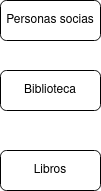
Before: Unidad-1/Tareas/Tarea-6/Ejercicio7.drawio.png, a diagram exported from draw.io (LuisMGlez/base-datos). Source tidied: cells renumbered, new cells last; positions are measured from the earlier drawing's top-left corner, leaving out a move shared by most shapes.
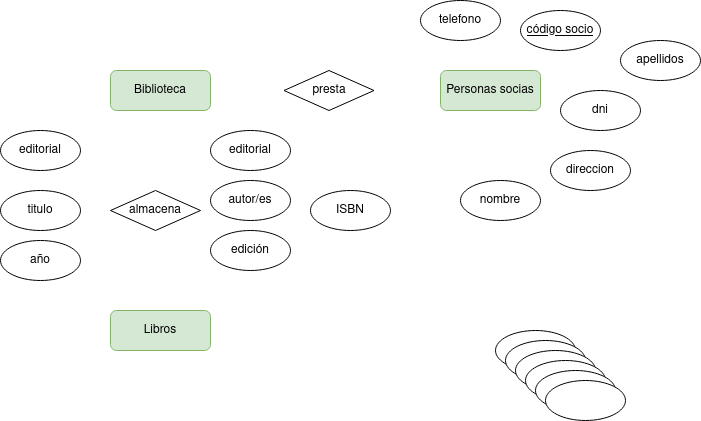
After the change.

What changed in the source:
```diff
@@ -2,14 +2,77 @@
   <root>
     <mxCell id="0" />
     <mxCell id="1" parent="0" />
-    <mxCell id="2" value="Personas socias" style="rounded=1;whiteSpace=wrap;html=1;" parent="1" vertex="1">
-      <mxGeometry width="100" height="40" as="geometry" />
+    <mxCell id="2" value="Personas socias" style="rounded=1;whiteSpace=wrap;html=1;fillColor=#d5e8d4;strokeColor=#82b366;" parent="1" vertex="1">
+      <mxGeometry x="450" y="70" width="100" height="40" as="geometry" />
     </mxCell>
-    <mxCell id="3" value="Libros" style="rounded=1;whiteSpace=wrap;html=1;" parent="1" vertex="1">
-      <mxGeometry y="150" width="100" height="40" as="geometry" />
+    <mxCell id="3" value="Libros" style="rounded=1;whiteSpace=wrap;html=1;fillColor=#d5e8d4;strokeColor=#82b366;" parent="1" vertex="1">
+      <mxGeometry x="120" y="310" width="100" height="40" as="geometry" />
     </mxCell>
-    <mxCell id="4" value="Biblioteca" style="rounded=1;whiteSpace=wrap;html=1;" parent="1" vertex="1">
-      <mxGeometry y="70" width="100" height="40" as="geometry" />
+    <mxCell id="4" value="Biblioteca" style="rounded=1;whiteSpace=wrap;html=1;fillColor=#d5e8d4;strokeColor=#82b366;" parent="1" vertex="1">
+      <mxGeometry x="120" y="70" width="100" height="40" as="geometry" />
     </mxCell>
+    <mxCell id="5" value="presta" style="rhombus;whiteSpace=wrap;html=1;" parent="1" vertex="1">
+      <mxGeometry x="293.5" y="70" width="90" height="40" as="geometry" />
+    </mxCell>
+    <mxCell id="6" value="almacena" style="rhombus;whiteSpace=wrap;html=1;" parent="1" vertex="1">
+      <mxGeometry x="120" y="190" width="90" height="40" as="geometry" />
+    </mxCell>
+    <mxCell id="7" style="ellipse;whiteSpace=wrap;html=1;" parent="1" vertex="1">
+      <mxGeometry x="505" y="330" width="80" height="40" as="geometry" />
+    </mxCell>
+    <mxCell id="8" value="editorial" style="ellipse;whiteSpace=wrap;html=1;" parent="1" vertex="1">
+      <mxGeometry x="220" y="130" width="80" height="40" as="geometry" />
+    </mxCell>
+    <mxCell id="9" value="apellidos" style="ellipse;whiteSpace=wrap;html=1;" parent="1" vertex="1">
+      <mxGeometry x="630" y="40" width="80" height="40" as="geometry" />
+    </mxCell>
+    <mxCell id="10" value="nombre" style="ellipse;whiteSpace=wrap;html=1;" parent="1" vertex="1">
+      <mxGeometry x="470" y="180" width="80" height="40" as="geometry" />
+    </mxCell>
+    <mxCell id="11" value="telefono" style="ellipse;whiteSpace=wrap;html=1;" parent="1" vertex="1">
+      <mxGeometry x="430" width="80" height="40" as="geometry" />
+    </mxCell>
+    <mxCell id="12" value="direccion" style="ellipse;whiteSpace=wrap;html=1;" parent="1" vertex="1">
+      <mxGeometry x="560" y="150" width="80" height="40" as="geometry" />
+    </mxCell>
+    <mxCell id="13" value="dni" style="ellipse;whiteSpace=wrap;html=1;" parent="1" vertex="1">
+      <mxGeometry x="570" y="90" width="80" height="40" as="geometry" />
+    </mxCell>
+    <mxCell id="14" value="&lt;u&gt;código socio&lt;br&gt;&lt;/u&gt;" style="ellipse;whiteSpace=wrap;html=1;" parent="1" vertex="1">
+      <mxGeometry x="530" y="10" width="80" height="40" as="geometry" />
+    </mxCell>
+    <mxCell id="15" value="edición" style="ellipse;whiteSpace=wrap;html=1;" parent="1" vertex="1">
+      <mxGeometry x="220" y="230" width="80" height="40" as="geometry" />
+    </mxCell>
+    <mxCell id="16" value="autor/es" style="ellipse;whiteSpace=wrap;html=1;" parent="1" vertex="1">
+      <mxGeometry x="220" y="180" width="80" height="40" as="geometry" />
+    </mxCell>
+    <mxCell id="17" value="año" style="ellipse;whiteSpace=wrap;html=1;" parent="1" vertex="1">
+      <mxGeometry x="10" y="240" width="80" height="40" as="geometry" />
+    </mxCell>
+    <mxCell id="18" value="editorial" style="ellipse;whiteSpace=wrap;html=1;" parent="1" vertex="1">
+      <mxGeometry x="10" y="130" width="80" height="40" as="geometry" />
+    </mxCell>
+    <mxCell id="19" value="titulo" style="ellipse;whiteSpace=wrap;html=1;" parent="1" vertex="1">
+      <mxGeometry x="10" y="190" width="80" height="40" as="geometry" />
+    </mxCell>
+    <mxCell id="20" style="ellipse;whiteSpace=wrap;html=1;" parent="1" vertex="1">
+      <mxGeometry x="515" y="340" width="80" height="40" as="geometry" />
+    </mxCell>
+    <mxCell id="21" style="ellipse;whiteSpace=wrap;html=1;" parent="1" vertex="1">
+      <mxGeometry x="525" y="350" width="80" height="40" as="geometry" />
+    </mxCell>
+    <mxCell id="22" style="ellipse;whiteSpace=wrap;html=1;" parent="1" vertex="1">
+      <mxGeometry x="535" y="360" width="80" height="40" as="geometry" />
+    </mxCell>
+    <mxCell id="23" style="ellipse;whiteSpace=wrap;html=1;" parent="1" vertex="1">
+      <mxGeometry x="545" y="370" width="80" height="40" as="geometry" />
+    </mxCell>
+    <mxCell id="24" style="ellipse;whiteSpace=wrap;html=1;" parent="1" vertex="1">
+      <mxGeometry x="555" y="380" width="80" height="40" as="geometry" />
+    </mxCell>
+    <mxCell id="25" value="ISBN" style="ellipse;whiteSpace=wrap;html=1;" parent="1" vertex="1">
+      <mxGeometry x="320" y="190" width="80" height="40" as="geometry" />
+    </mxCell>
   </root>
 </mxGraphModel>
```
